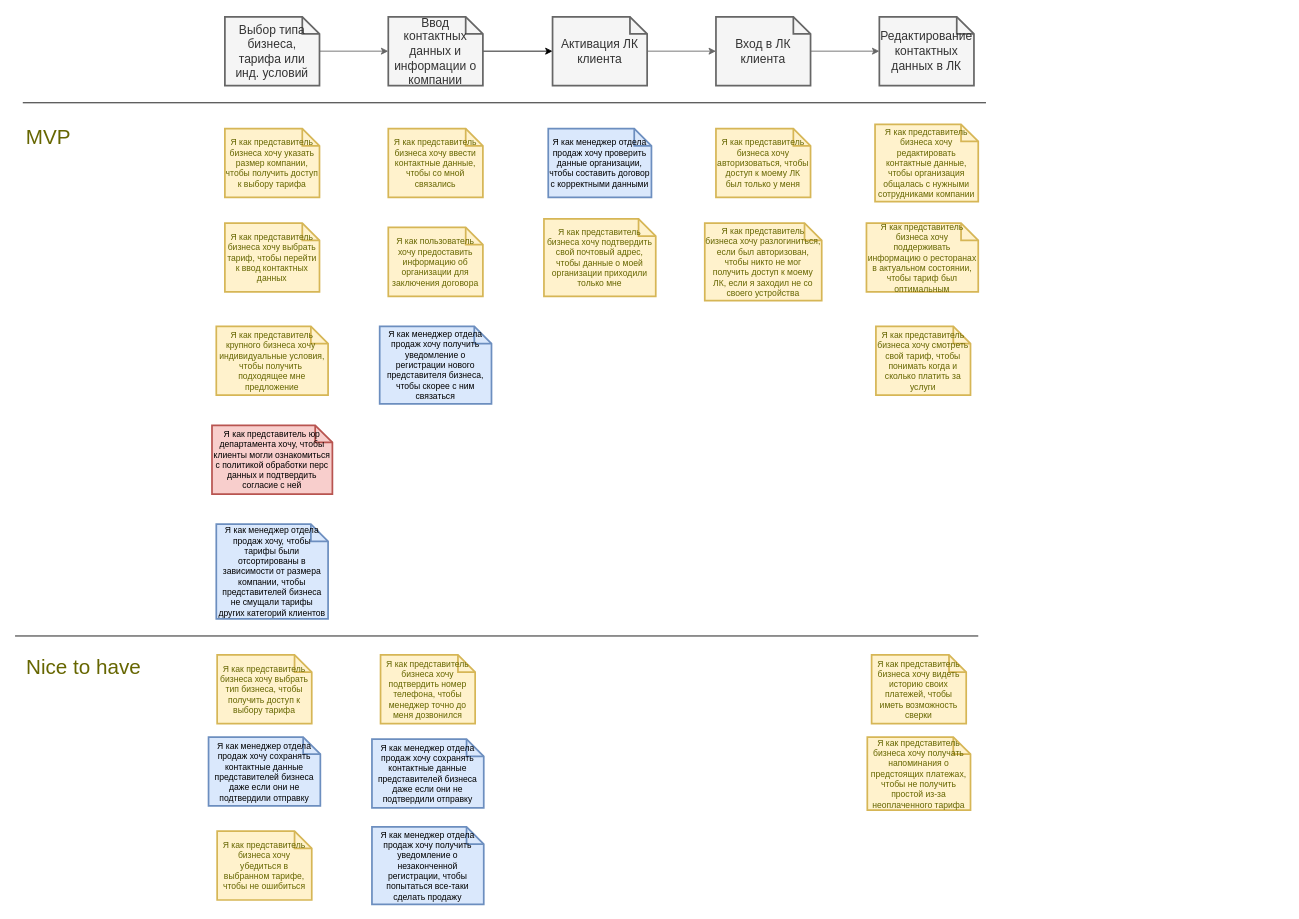
Above: src/us-registration.drawio in indeec05/course__final (draw.io), before the change. Source tidied: cells renumbered, new cells numbered last; positions are measured from the earlier drawing's top-left corner, leaving out a move shared by most shapes. Both pictures are drawn from the tidied source at 86%, with x=0, y=0 at pixel (15, 16).
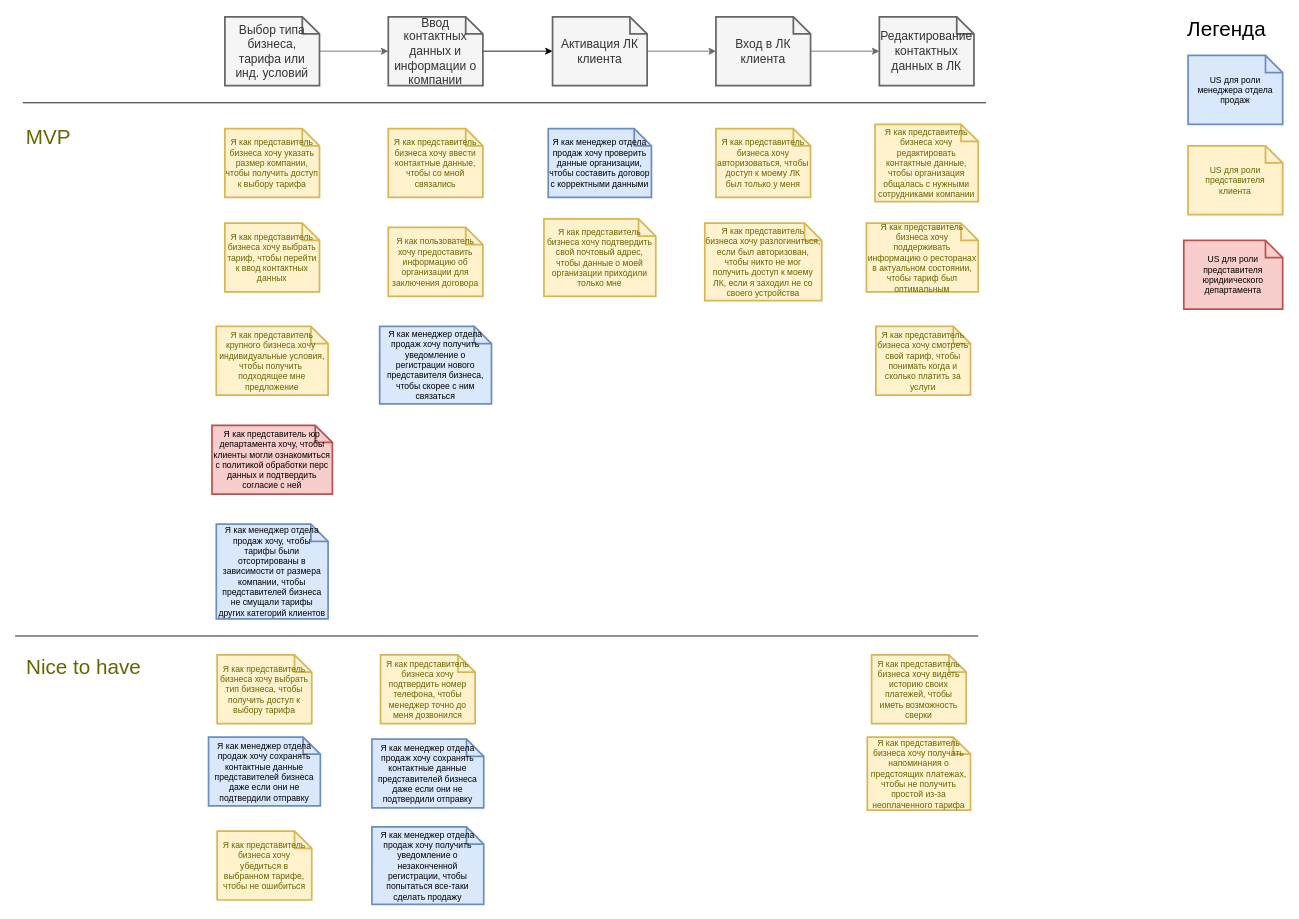
After the change.

The edit, as a diff of the source:
```diff
@@
+    <mxCell id="38" value="US для роли менеджера отдела продаж" style="shape=note;strokeWidth=2;fontSize=10;size=20;whiteSpace=wrap;fillColor=#dae8fc;strokeColor=#6c8ebf;html=1;" parent="1" vertex="1">
+      <mxGeometry x="1364" y="45" width="110" height="80" as="geometry" />
+    </mxCell>
+    <mxCell id="39" value="Легенда" style="text;html=1;strokeColor=none;fillColor=none;align=center;verticalAlign=middle;whiteSpace=wrap;rounded=0;fontSize=24;" parent="1" vertex="1">
+      <mxGeometry x="1379" width="60" height="30" as="geometry" />
+    </mxCell>
+    <mxCell id="40" value="US для роли представителя клиента" style="shape=note;strokeWidth=2;fontSize=10;size=20;whiteSpace=wrap;fillColor=#fff2cc;strokeColor=#d6b656;fontColor=#666600;html=1;" parent="1" vertex="1">
+      <mxGeometry x="1364" y="150" width="110" height="80" as="geometry" />
+    </mxCell>
+    <mxCell id="41" value="US для роли представителя юридиического департамента" style="shape=note;strokeWidth=2;fontSize=10;size=20;whiteSpace=wrap;html=1;fillColor=#f8cecc;strokeColor=#b85450;" parent="1" vertex="1">
+      <mxGeometry x="1359" y="260" width="115" height="80" as="geometry" />
+    </mxCell>
```
